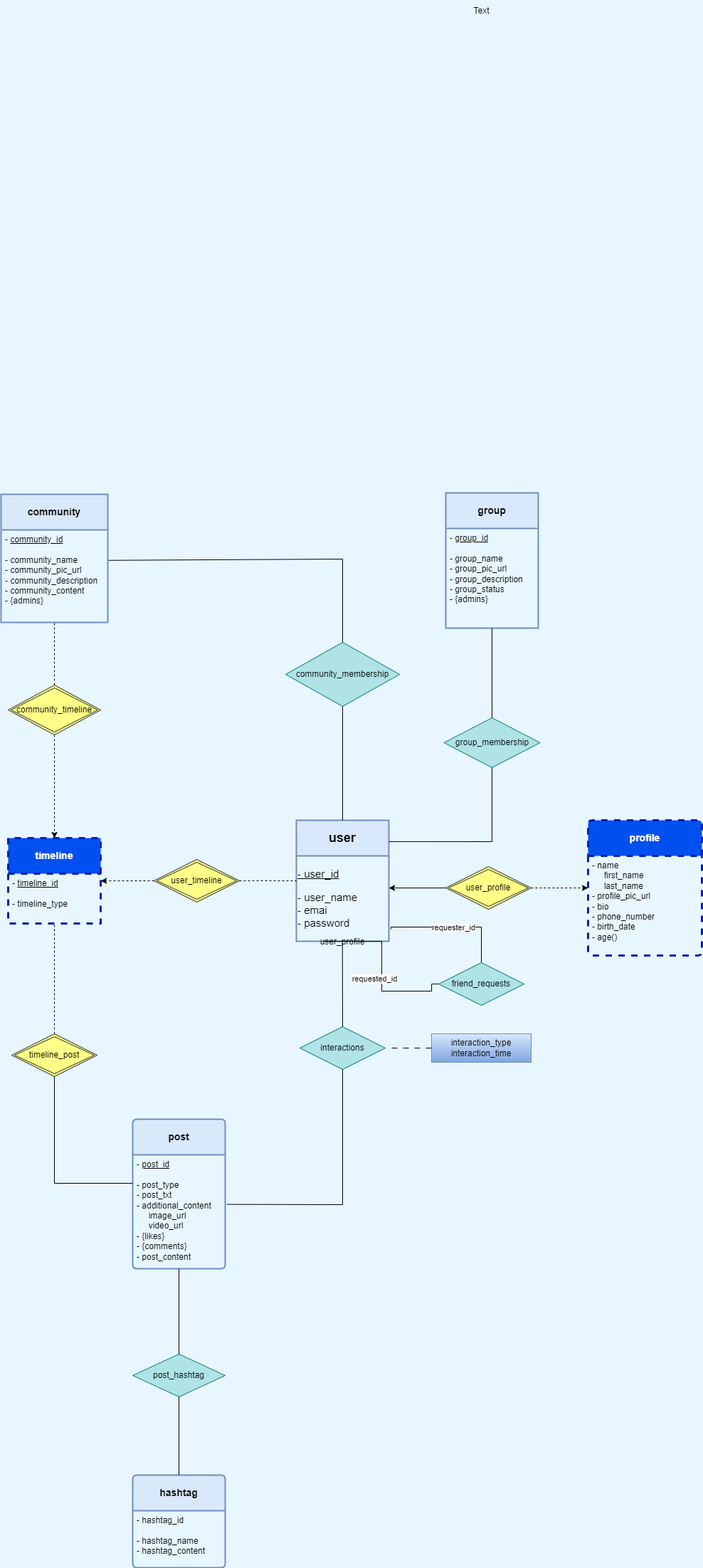
rezaAalaei/yu-gi-oh_messenger keeps this draw.io diagram as new_messenger_project.drawio.png. Above is the earlier version. Source tidied: cells renumbered, new cells last; positions are measured from the earlier drawing's top-left corner, leaving out a move shared by most shapes.
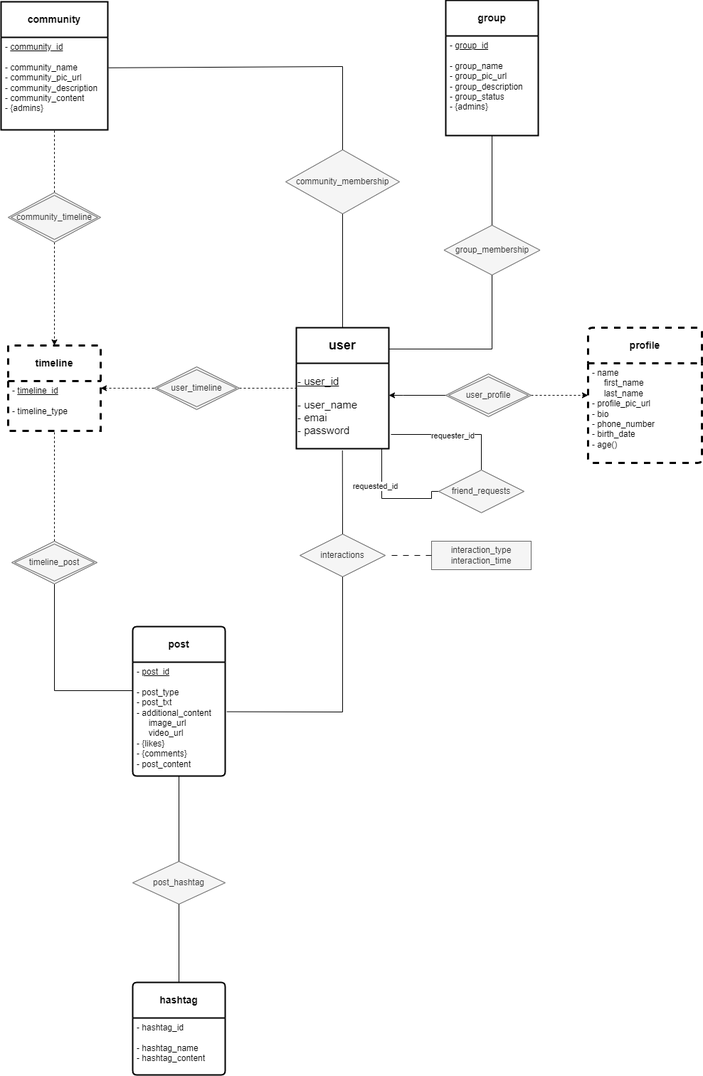
Later version of the same file.

Change to the diagram source:
```diff
@@ -1,17 +1,14 @@
-<mxGraphModel background="#E8F6FF">
+<mxGraphModel background="#FFFFFF">
   <root>
     <mxCell id="0" />
     <mxCell id="1" parent="0" />
-    <mxCell id="2" value="&lt;b&gt;user&lt;/b&gt;" style="swimlane;horizontal=1;startSize=50;rounded=0;fontSize=18;fontStyle=0;strokeWidth=2;shadow=0;dashed=0;align=center;arcSize=4;whiteSpace=wrap;html=1;fillColor=#dae8fc;strokeColor=#6c8ebf;" parent="1" vertex="1">
+    <mxCell id="2" value="&lt;b&gt;user&lt;/b&gt;" style="swimlane;horizontal=1;startSize=50;rounded=0;fontSize=18;fontStyle=0;strokeWidth=2;shadow=0;dashed=0;align=center;arcSize=4;whiteSpace=wrap;html=1;" parent="1" vertex="1">
       <mxGeometry x="415" y="1152" width="130" height="170" as="geometry" />
     </mxCell>
     <mxCell id="3" value="&lt;div style=&quot;&quot;&gt;&lt;u style=&quot;font-size: 15px; background-color: initial;&quot;&gt;- user_id&lt;/u&gt;&lt;/div&gt;&lt;div style=&quot;&quot;&gt;&lt;br&gt;&lt;/div&gt;&lt;font style=&quot;font-size: 15px;&quot;&gt;&lt;div style=&quot;&quot;&gt;&lt;span style=&quot;background-color: initial;&quot;&gt;- user_name&lt;/span&gt;&lt;/div&gt;&lt;div style=&quot;&quot;&gt;&lt;span style=&quot;background-color: initial;&quot;&gt;- emai&lt;/span&gt;&lt;/div&gt;&lt;div style=&quot;&quot;&gt;&lt;span style=&quot;background-color: initial;&quot;&gt;- password&lt;/span&gt;&lt;/div&gt;&lt;/font&gt;" style="text;html=1;align=left;verticalAlign=middle;points=[];strokeColor=none;fillColor=none;" parent="2" vertex="1">
       <mxGeometry y="50" width="130" height="120" as="geometry" />
     </mxCell>
-    <mxCell id="4" value="user_profile" style="shape=rhombus;double=1;perimeter=rhombusPerimeter;whiteSpace=wrap;html=1;align=center;" parent="2" vertex="1">
-      <mxGeometry y="170" width="130" as="geometry" />
-    </mxCell>
-    <mxCell id="5" value="&lt;b&gt;profile&lt;/b&gt;" style="swimlane;horizontal=1;startSize=50;rounded=1;fontSize=14;fontStyle=0;strokeWidth=3;shadow=0;dashed=1;align=center;arcSize=4;whiteSpace=wrap;html=1;fillColor=#0050ef;fontColor=#ffffff;strokeColor=#001DBC;" parent="1" vertex="1">
+    <mxCell id="5" value="&lt;b&gt;profile&lt;/b&gt;" style="swimlane;horizontal=1;startSize=50;rounded=1;fontSize=14;fontStyle=0;strokeWidth=3;shadow=0;dashed=1;align=center;arcSize=4;whiteSpace=wrap;html=1;" parent="1" vertex="1">
       <mxGeometry x="825" y="1152" width="160" height="190" as="geometry" />
     </mxCell>
     <mxCell id="6" value="- name&lt;br&gt;&amp;nbsp; &amp;nbsp; &amp;nbsp;first_name&lt;br&gt;&amp;nbsp; &amp;nbsp; &amp;nbsp;last_name&lt;br&gt;- profile_pic_url&lt;br&gt;- bio&lt;br&gt;- phone_number&lt;br&gt;- birth_date&lt;br&gt;- age()" style="align=left;strokeColor=none;fillColor=none;spacingLeft=4;fontSize=12;verticalAlign=top;html=1;" parent="5" vertex="1">
@@ -45,10 +42,10 @@
         <mxPoint x="-28" y="-2" as="offset" />
       </mxGeometry>
     </mxCell>
-    <mxCell id="11" value="friend_requests" style="shape=rhombus;perimeter=rhombusPerimeter;whiteSpace=wrap;html=1;align=center;fillColor=#b0e3e6;strokeColor=#0e8088;" parent="1" vertex="1">
+    <mxCell id="11" value="friend_requests" style="shape=rhombus;perimeter=rhombusPerimeter;whiteSpace=wrap;html=1;align=center;fillColor=#f5f5f5;strokeColor=#666666;fontColor=#333333;" parent="1" vertex="1">
       <mxGeometry x="615" y="1352" width="120" height="60" as="geometry" />
     </mxCell>
-    <mxCell id="12" value="&lt;b&gt;post&lt;/b&gt;" style="swimlane;horizontal=1;startSize=50;rounded=1;fontSize=14;fontStyle=0;strokeWidth=2;shadow=0;dashed=0;align=center;arcSize=4;whiteSpace=wrap;html=1;fillColor=#dae8fc;strokeColor=#6c8ebf;" parent="1" vertex="1">
+    <mxCell id="12" value="&lt;b&gt;post&lt;/b&gt;" style="swimlane;horizontal=1;startSize=50;rounded=1;fontSize=14;fontStyle=0;strokeWidth=2;shadow=0;dashed=0;align=center;arcSize=4;whiteSpace=wrap;html=1;" parent="1" vertex="1">
       <mxGeometry x="185" y="1572" width="130" height="210" as="geometry" />
     </mxCell>
     <mxCell id="13" value="- &lt;u&gt;post_id&lt;br&gt;&lt;/u&gt;&lt;br&gt;- post_type&lt;br&gt;- post_txt&lt;br&gt;- additional_content&lt;br&gt;&amp;nbsp; &amp;nbsp; &amp;nbsp;image_url&lt;br&gt;&amp;nbsp; &amp;nbsp; &amp;nbsp;video_url&lt;br&gt;- {likes}&lt;br&gt;- {comments}&lt;br&gt;- post_content" style="align=left;strokeColor=none;fillColor=none;spacingLeft=4;fontSize=12;verticalAlign=top;html=1;" parent="12" vertex="1">
@@ -70,10 +67,10 @@
         </Array>
       </mxGeometry>
     </mxCell>
-    <mxCell id="16" value="user_profile" style="shape=rhombus;double=1;perimeter=rhombusPerimeter;whiteSpace=wrap;html=1;align=center;fillColor=#ffff88;strokeColor=#36393d;" parent="1" vertex="1">
+    <mxCell id="16" value="user_profile" style="shape=rhombus;double=1;perimeter=rhombusPerimeter;whiteSpace=wrap;html=1;align=center;fillColor=#f5f5f5;fontColor=#333333;strokeColor=#666666;" parent="1" vertex="1">
       <mxGeometry x="625" y="1217" width="120" height="60" as="geometry" />
     </mxCell>
-    <mxCell id="17" value="interactions" style="shape=rhombus;perimeter=rhombusPerimeter;whiteSpace=wrap;html=1;align=center;fillColor=#b0e3e6;strokeColor=#0e8088;" parent="1" vertex="1">
+    <mxCell id="17" value="interactions" style="shape=rhombus;perimeter=rhombusPerimeter;whiteSpace=wrap;html=1;align=center;fillColor=#f5f5f5;strokeColor=#666666;fontColor=#333333;" parent="1" vertex="1">
       <mxGeometry x="420" y="1442" width="120" height="60" as="geometry" />
     </mxCell>
     <mxCell id="18" style="endArrow=none;html=1;rounded=0;exitX=0.5;exitY=0;exitDx=0;exitDy=0;entryX=0.498;entryY=1.02;entryDx=0;entryDy=0;entryPerimeter=0;" parent="1" edge="1" source="17" target="3">
@@ -86,7 +83,7 @@
         </Array>
       </mxGeometry>
     </mxCell>
-    <mxCell id="20" value="interaction_type&lt;br&gt;interaction_time" style="whiteSpace=wrap;html=1;align=center;fillColor=#dae8fc;strokeColor=#6c8ebf;gradientColor=#7ea6e0;" parent="1" vertex="1">
+    <mxCell id="20" value="interaction_type&lt;br&gt;interaction_time" style="whiteSpace=wrap;html=1;align=center;fillColor=#f5f5f5;strokeColor=#666666;fontColor=#333333;" parent="1" vertex="1">
       <mxGeometry x="605" y="1452" width="140" height="40" as="geometry" />
     </mxCell>
     <mxCell id="21" style="endArrow=none;html=1;rounded=0;startArrow=none;startFill=0;dashed=1;dashPattern=8 8;" parent="1" edge="1">
@@ -95,13 +92,13 @@
         <mxPoint x="545" y="1472" as="targetPoint" />
       </mxGeometry>
     </mxCell>
-    <mxCell id="22" value="&lt;b&gt;hashtag&lt;/b&gt;" style="swimlane;horizontal=1;startSize=50;rounded=1;fontSize=14;fontStyle=0;strokeWidth=2;shadow=0;dashed=0;align=center;arcSize=4;whiteSpace=wrap;html=1;fillColor=#dae8fc;strokeColor=#6c8ebf;" parent="1" vertex="1">
+    <mxCell id="22" value="&lt;b&gt;hashtag&lt;/b&gt;" style="swimlane;horizontal=1;startSize=50;rounded=1;fontSize=14;fontStyle=0;strokeWidth=2;shadow=0;dashed=0;align=center;arcSize=4;whiteSpace=wrap;html=1;" parent="1" vertex="1">
       <mxGeometry x="185" y="2072" width="130" height="130" as="geometry" />
     </mxCell>
     <mxCell id="23" value="- hashtag_id&lt;br&gt;&lt;br&gt;- hashtag_name&lt;br&gt;- hashtag_content" style="align=left;strokeColor=none;fillColor=none;spacingLeft=4;fontSize=12;verticalAlign=top;html=1;" parent="22" vertex="1">
       <mxGeometry y="50" width="130" height="80" as="geometry" />
     </mxCell>
-    <mxCell id="24" value="post_hashtag" style="shape=rhombus;perimeter=rhombusPerimeter;whiteSpace=wrap;html=1;align=center;fillColor=#b0e3e6;strokeColor=#0e8088;" parent="1" vertex="1">
+    <mxCell id="24" value="post_hashtag" style="shape=rhombus;perimeter=rhombusPerimeter;whiteSpace=wrap;html=1;align=center;fillColor=#f5f5f5;strokeColor=#666666;fontColor=#333333;" parent="1" vertex="1">
       <mxGeometry x="185" y="1902" width="130" height="60" as="geometry" />
     </mxCell>
     <mxCell id="25" style="endArrow=none;html=1;rounded=0;exitX=0.5;exitY=1;exitDx=0;exitDy=0;entryX=0.5;entryY=0;entryDx=0;entryDy=0;" parent="1" edge="1" source="13" target="24">
@@ -110,13 +107,13 @@
     <mxCell id="26" style="endArrow=none;html=1;rounded=0;exitX=0.5;exitY=1;exitDx=0;exitDy=0;entryX=0.5;entryY=0;entryDx=0;entryDy=0;" parent="1" edge="1" source="24" target="22">
       <mxGeometry relative="1" as="geometry" />
     </mxCell>
-    <mxCell id="27" value="&lt;b&gt;group&lt;/b&gt;" style="swimlane;horizontal=1;startSize=50;rounded=1;fontSize=14;fontStyle=0;strokeWidth=2;shadow=0;dashed=0;align=center;arcSize=0;whiteSpace=wrap;html=1;fillColor=#dae8fc;strokeColor=#6c8ebf;" parent="1" vertex="1">
+    <mxCell id="27" value="&lt;b&gt;group&lt;/b&gt;" style="swimlane;horizontal=1;startSize=50;rounded=1;fontSize=14;fontStyle=0;strokeWidth=2;shadow=0;dashed=0;align=center;arcSize=0;whiteSpace=wrap;html=1;" parent="1" vertex="1">
       <mxGeometry x="625" y="692" width="130" height="190" as="geometry" />
     </mxCell>
     <mxCell id="28" value="- &lt;u&gt;group_id&lt;br&gt;&lt;/u&gt;&lt;br&gt;- group_name&lt;br&gt;- group_pic_url&lt;br&gt;- group_description&lt;br&gt;- group_status&lt;br&gt;- {admins}" style="align=left;strokeColor=none;fillColor=none;spacingLeft=4;fontSize=12;verticalAlign=top;html=1;" parent="27" vertex="1">
       <mxGeometry y="50" width="130" height="140" as="geometry" />
     </mxCell>
-    <mxCell id="29" value="group_membership" style="shape=rhombus;perimeter=rhombusPerimeter;whiteSpace=wrap;html=1;align=center;fillColor=#b0e3e6;strokeColor=#0e8088;" parent="1" vertex="1">
+    <mxCell id="29" value="group_membership" style="shape=rhombus;perimeter=rhombusPerimeter;whiteSpace=wrap;html=1;align=center;fillColor=#f5f5f5;strokeColor=#666666;fontColor=#333333;" parent="1" vertex="1">
       <mxGeometry x="622.5" y="1008" width="135" height="70" as="geometry" />
     </mxCell>
     <mxCell id="30" style="endArrow=none;html=1;rounded=0;entryX=0.5;entryY=1;entryDx=0;entryDy=0;exitX=0.5;exitY=0;exitDx=0;exitDy=0;" parent="1" edge="1" source="29" target="28">
@@ -129,13 +126,13 @@
         </Array>
       </mxGeometry>
     </mxCell>
-    <mxCell id="32" value="&lt;b&gt;community&lt;/b&gt;" style="swimlane;horizontal=1;startSize=50;rounded=1;fontSize=14;fontStyle=0;strokeWidth=2;shadow=0;dashed=0;align=center;arcSize=0;whiteSpace=wrap;html=1;swimlaneLine=1;fillColor=#dae8fc;strokeColor=#6c8ebf;" parent="1" vertex="1">
+    <mxCell id="32" value="&lt;b&gt;community&lt;/b&gt;" style="swimlane;horizontal=1;startSize=50;rounded=1;fontSize=14;fontStyle=0;strokeWidth=2;shadow=0;dashed=0;align=center;arcSize=0;whiteSpace=wrap;html=1;swimlaneLine=1;" parent="1" vertex="1">
       <mxGeometry y="694" width="150" height="180" as="geometry" />
     </mxCell>
     <mxCell id="33" value="- &lt;u&gt;community_id&lt;br&gt;&lt;/u&gt;&lt;br&gt;- community_name&lt;br&gt;- community_pic_url&lt;br&gt;- community_description&lt;br&gt;- community_content&lt;br&gt;- {admins}" style="align=left;strokeColor=none;fillColor=none;spacingLeft=4;fontSize=12;verticalAlign=top;html=1;" parent="32" vertex="1">
       <mxGeometry y="50" width="150" height="130" as="geometry" />
     </mxCell>
-    <mxCell id="34" value="community_membership" style="shape=rhombus;perimeter=rhombusPerimeter;whiteSpace=wrap;html=1;align=center;fillColor=#b0e3e6;strokeColor=#0e8088;" parent="1" vertex="1">
+    <mxCell id="34" value="community_membership" style="shape=rhombus;perimeter=rhombusPerimeter;whiteSpace=wrap;html=1;align=center;fillColor=#f5f5f5;strokeColor=#666666;fontColor=#333333;" parent="1" vertex="1">
       <mxGeometry x="400" y="902" width="160" height="90" as="geometry" />
     </mxCell>
     <mxCell id="35" style="endArrow=none;html=1;rounded=0;entryX=0.5;entryY=0;entryDx=0;entryDy=0;exitX=0.5;exitY=1;exitDx=0;exitDy=0;" parent="1" edge="1" source="34" target="2">
@@ -148,10 +145,7 @@
         </Array>
       </mxGeometry>
     </mxCell>
-    <mxCell id="37" value="Text" style="text;html=1;align=center;verticalAlign=middle;strokeColor=none;fillColor=none;" parent="1" vertex="1">
-      <mxGeometry x="650" width="50" height="30" as="geometry" />
-    </mxCell>
-    <mxCell id="38" value="&lt;b&gt;timeline&lt;/b&gt;" style="swimlane;horizontal=1;startSize=50;rounded=1;fontSize=14;fontStyle=0;strokeWidth=3;shadow=0;align=center;arcSize=0;whiteSpace=wrap;html=1;dashed=1;fillColor=#0050ef;fontColor=#ffffff;strokeColor=#001DBC;" parent="1" vertex="1">
+    <mxCell id="38" value="&lt;b&gt;timeline&lt;/b&gt;" style="swimlane;horizontal=1;startSize=50;rounded=1;fontSize=14;fontStyle=0;strokeWidth=3;shadow=0;align=center;arcSize=0;whiteSpace=wrap;html=1;dashed=1;" parent="1" vertex="1">
       <mxGeometry x="10" y="1177" width="130" height="120" as="geometry" />
     </mxCell>
     <mxCell id="39" value="- &lt;u&gt;timeline_id&lt;br&gt;&lt;/u&gt;&lt;br&gt;- timeline_type&lt;br&gt;" style="align=left;strokeColor=none;fillColor=none;spacingLeft=4;fontSize=12;verticalAlign=top;html=1;" parent="38" vertex="1">
@@ -184,13 +178,13 @@
     <mxCell id="45" style="endArrow=none;html=1;rounded=0;entryX=0.5;entryY=1;entryDx=0;entryDy=0;exitX=0.5;exitY=0;exitDx=0;exitDy=0;dashed=1;" parent="1" edge="1" source="47" target="33">
       <mxGeometry relative="1" as="geometry" />
     </mxCell>
-    <mxCell id="46" value="user_timeline" style="shape=rhombus;double=1;perimeter=rhombusPerimeter;whiteSpace=wrap;html=1;align=center;fillColor=#ffff88;strokeColor=#36393d;" parent="1" vertex="1">
+    <mxCell id="46" value="user_timeline" style="shape=rhombus;double=1;perimeter=rhombusPerimeter;whiteSpace=wrap;html=1;align=center;fillColor=#f5f5f5;fontColor=#333333;strokeColor=#666666;" parent="1" vertex="1">
       <mxGeometry x="215" y="1207" width="120" height="60" as="geometry" />
     </mxCell>
-    <mxCell id="47" value="community_timeline" style="shape=rhombus;double=1;perimeter=rhombusPerimeter;whiteSpace=wrap;html=1;align=center;fillColor=#ffff88;strokeColor=#36393d;" parent="1" vertex="1">
+    <mxCell id="47" value="community_timeline" style="shape=rhombus;double=1;perimeter=rhombusPerimeter;whiteSpace=wrap;html=1;align=center;fillColor=#f5f5f5;fontColor=#333333;strokeColor=#666666;" parent="1" vertex="1">
       <mxGeometry x="10" y="962" width="130" height="70" as="geometry" />
     </mxCell>
-    <mxCell id="48" value="timeline_post" style="shape=rhombus;double=1;perimeter=rhombusPerimeter;whiteSpace=wrap;html=1;align=center;fillColor=#ffff88;strokeColor=#36393d;" parent="1" vertex="1">
+    <mxCell id="48" value="timeline_post" style="shape=rhombus;double=1;perimeter=rhombusPerimeter;whiteSpace=wrap;html=1;align=center;fillColor=#f5f5f5;fontColor=#333333;strokeColor=#666666;" parent="1" vertex="1">
       <mxGeometry x="15" y="1452" width="120" height="60" as="geometry" />
     </mxCell>
   </root>
```
